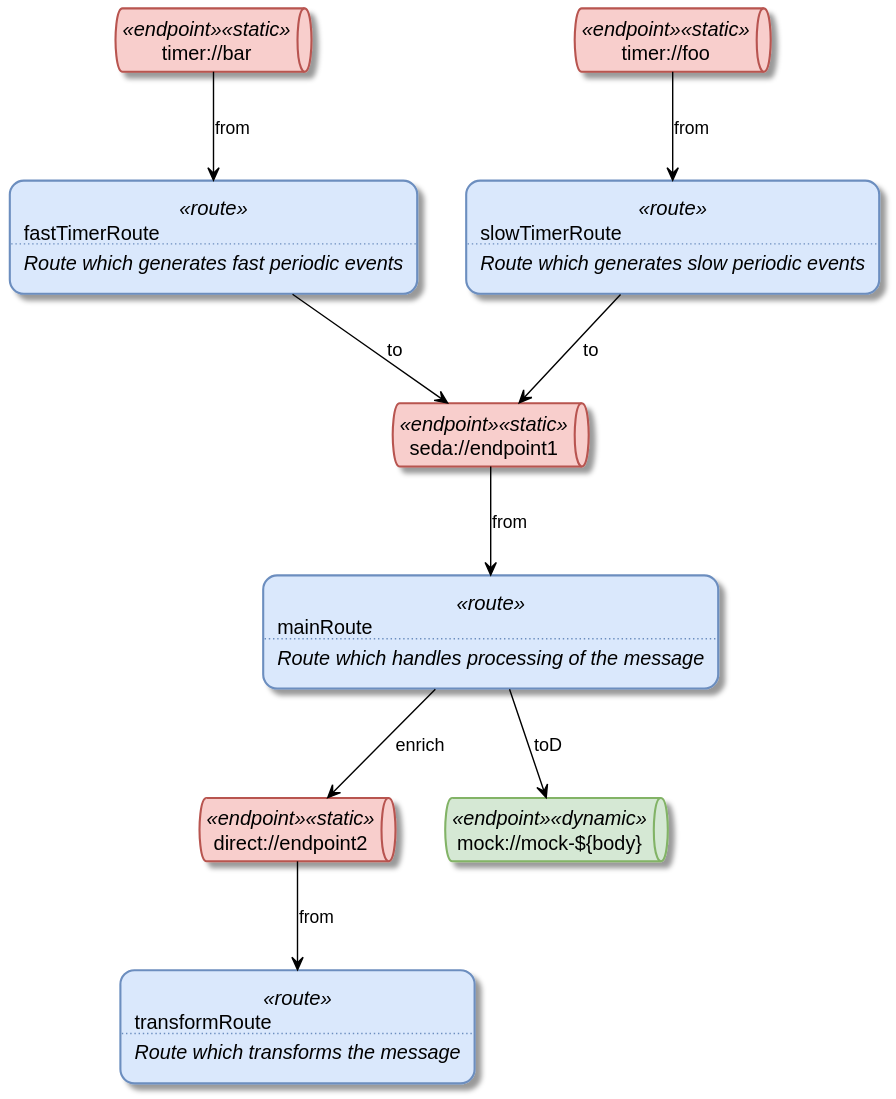
This is images/example1.full.svg from ncasaux/camel-plantuml, a PlantUML export, as it was before one commit. The source it was exported from:
```plantuml
@startuml camel-1

skinparam ArrowColor #Black

skinparam rectangle {
  RoundCorner 20
}

skinparam rectangle<<route>> {
  BorderColor #6C8EBF
  BackgroundColor #DAE8FC
}

skinparam queue<<endpoint>> {
}

skinparam queue<<static>> {
  BorderColor #B85450
  BackgroundColor #F8CECC
}

skinparam queue<<dynamic>> {
  BorderColor #82B366
  BackgroundColor #D5E8D4
}



rectangle route_4 <<route>> as "
mainRoute
....
<i>Route which handles processing of the message</i>
"

rectangle route_1 <<route>> as "
fastTimerRoute
....
<i>Route which generates fast periodic events</i>
"

rectangle route_2 <<route>> as "
transformRoute
....
<i>Route which transforms the message</i>
"

rectangle route_3 <<route>> as "
slowTimerRoute
....
<i>Route which generates slow periodic events</i>
"

queue endpoint_4 <<endpoint>><<static>> as "
seda://endpoint1
"

queue endpoint_3 <<endpoint>><<static>> as "
timer://foo
"

queue endpoint_1 <<endpoint>><<static>> as "
timer://bar
"

queue endpoint_2 <<endpoint>><<static>> as "
direct://endpoint2
"

endpoint_1 --> route_1 : from

endpoint_2 --> route_2 : from

endpoint_3 --> route_3 : from

endpoint_4 --> route_4 : from

route_1 --> endpoint_4 : to

route_3 --> endpoint_4 : to

queue dynamic_producer_endpoint_2 <<endpoint>><<dynamic>> as "
mock://mock-${body}
"

route_4 --> dynamic_producer_endpoint_2 : toD

route_4 --> endpoint_2 : enrich

@enduml
```
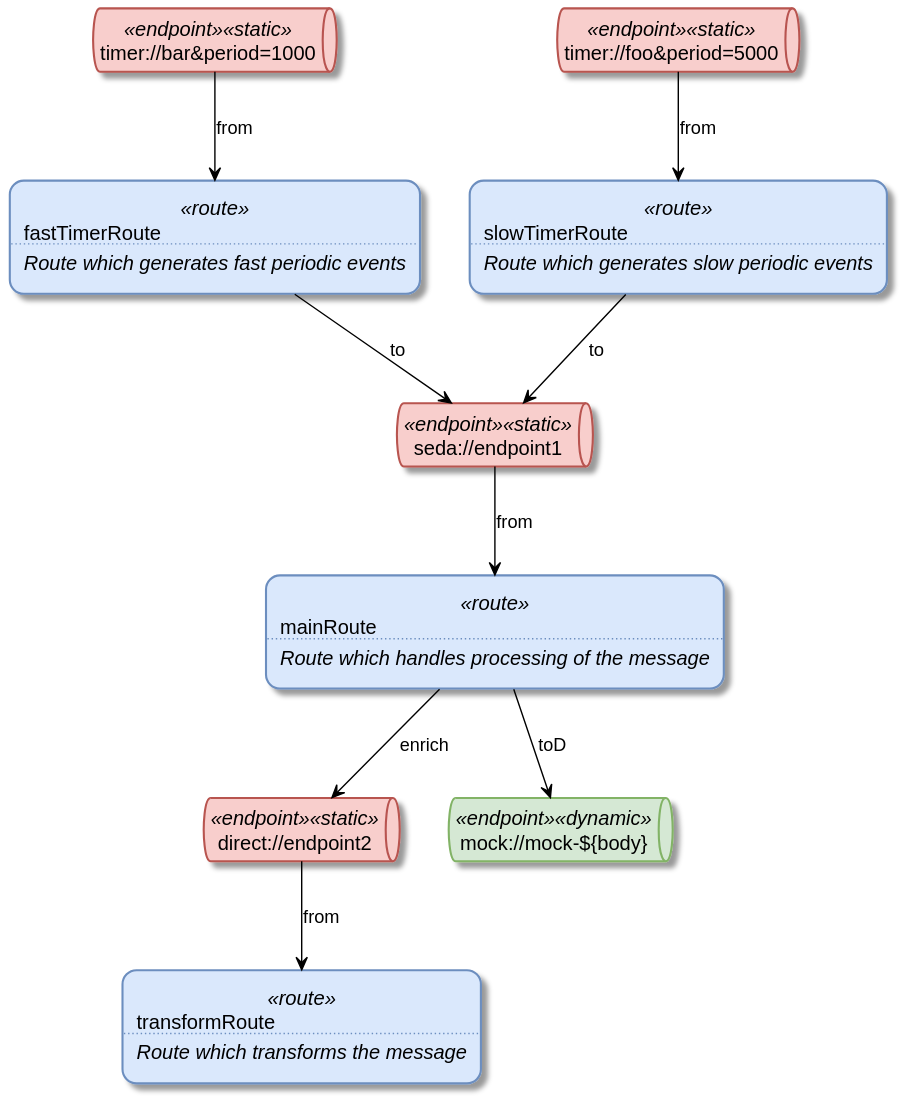
After the change.

What changed in the source:
```diff
@@ -32,13 +32,13 @@
 <i>Route which handles processing of the message</i>
 "
 
-rectangle route_1 <<route>> as "
+rectangle route_0 <<route>> as "
 fastTimerRoute
 ....
 <i>Route which generates fast periodic events</i>
 "
 
-rectangle route_2 <<route>> as "
+rectangle route_1 <<route>> as "
 transformRoute
 ....
 <i>Route which transforms the message</i>
@@ -54,29 +54,29 @@
 seda://endpoint1
 "
 
-queue endpoint_3 <<endpoint>><<static>> as "
-timer://foo
-"
-
 queue endpoint_1 <<endpoint>><<static>> as "
-timer://bar
-"
-
-queue endpoint_2 <<endpoint>><<static>> as "
 direct://endpoint2
 "
 
+queue endpoint_0 <<endpoint>><<static>> as "
+timer://bar&period=1000
+"
+
+queue endpoint_3 <<endpoint>><<static>> as "
+timer://foo&period=5000
+"
+
+endpoint_0 --> route_0 : from
+
 endpoint_1 --> route_1 : from
-
-endpoint_2 --> route_2 : from
 
 endpoint_3 --> route_3 : from
 
 endpoint_4 --> route_4 : from
 
-route_1 --> endpoint_4 : to
+route_3 --> endpoint_4 : to
 
-route_3 --> endpoint_4 : to
+route_0 --> endpoint_4 : to
 
 queue dynamic_producer_endpoint_2 <<endpoint>><<dynamic>> as "
 mock://mock-${body}
@@ -84,6 +84,6 @@
 
 route_4 --> dynamic_producer_endpoint_2 : toD
 
-route_4 --> endpoint_2 : enrich
+route_4 --> endpoint_1 : enrich
 
 @enduml
```
